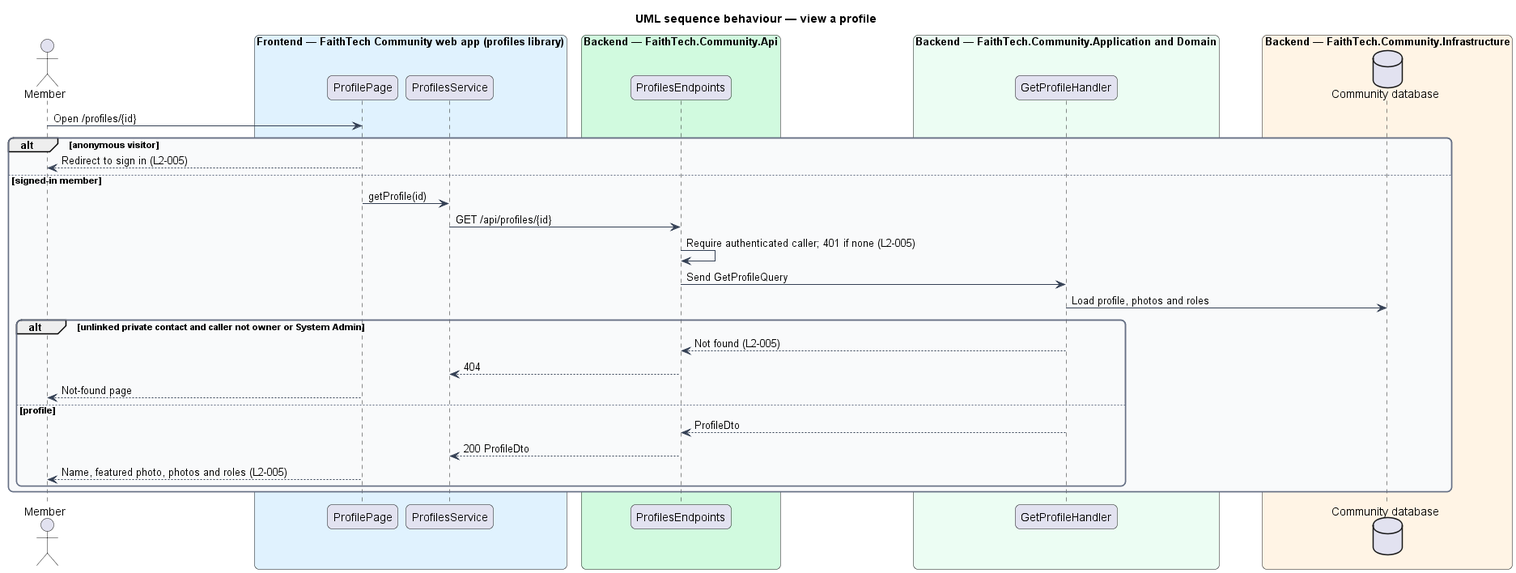
Above: docs/detailed-designs/profiles/view-profile/diagrams/sequence-view-profile.png in QuinntyneBrown/faithtech-community (PlantUML), before the change. The source it was exported from:
```plantuml
@startuml
title UML sequence behaviour — view a profile
skinparam backgroundColor #FFFFFF
skinparam shadowing false
skinparam roundcorner 12
skinparam defaultFontName Arial
skinparam ArrowColor #344054
skinparam rectangle {
  BorderColor #344054
  FontColor #101828
}
skinparam package {
  BorderColor #667085
  FontColor #101828
  BackgroundColor #F9FAFB
}
actor "Member" as actor
box "Frontend — FaithTech Community web app (profiles library)" #E0F2FE
  participant "ProfilePage" as page
  participant "ProfilesService" as client
end box
box "Backend — FaithTech.Community.Api" #D1FADF
  participant "ProfilesEndpoints" as ep
end box
box "Backend — FaithTech.Community.Application and Domain" #ECFDF3
  participant "GetProfileHandler" as h
end box
box "Backend — FaithTech.Community.Infrastructure" #FFF4E5
  database "Community database" as db
end box
actor -> page : Open /profiles/{id}
alt anonymous visitor
  page --> actor : Redirect to sign in (L2-005)
else signed-in member
  page -> client : getProfile(id)
  client -> ep : GET /api/profiles/{id}
  ep -> ep : Require authenticated caller; 401 if none (L2-005)
  ep -> h : Send GetProfileQuery
  h -> db : Load profile, photos and roles
  alt unlinked private contact and caller not owner or System Admin
    h --> ep : Not found (L2-005)
    ep --> client : 404
    page --> actor : Not-found page
  else profile
    h --> ep : ProfileDto
    ep --> client : 200 ProfileDto
    page --> actor : Name, featured photo, photos and roles (L2-005)
  end
end
@enduml
```
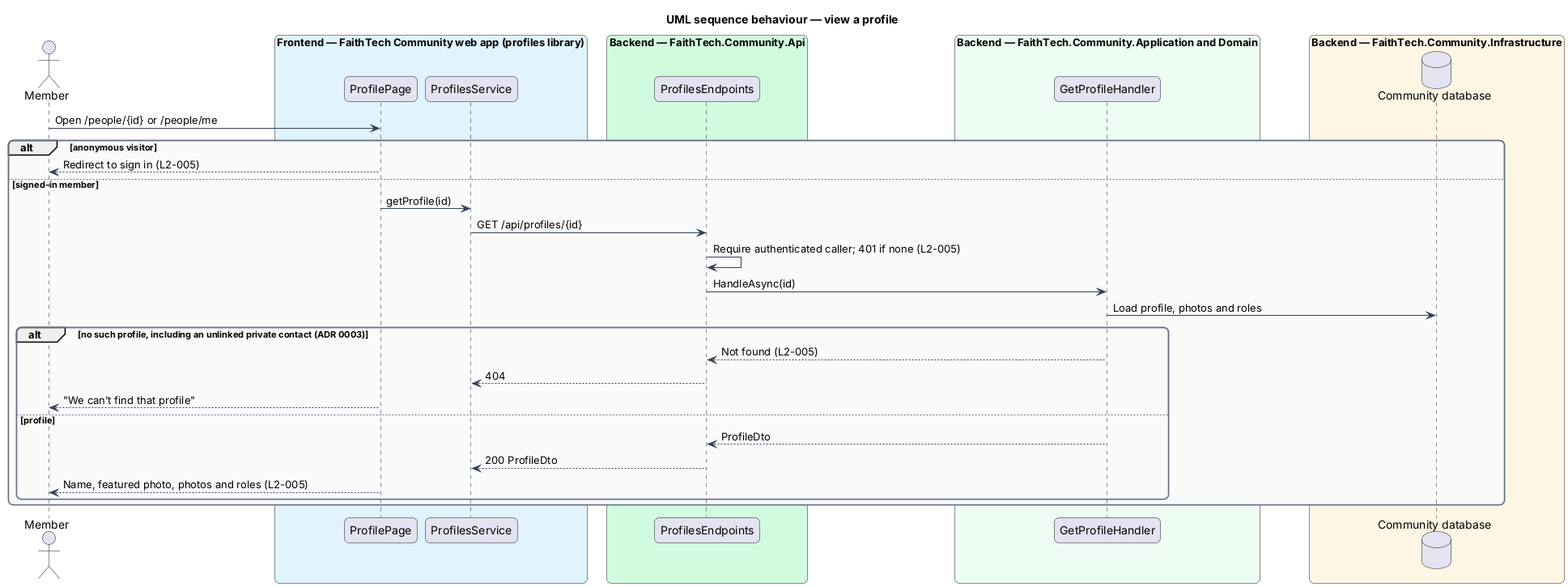
After the change.

The edit, as a diff of the source:
```diff
@@ -28,19 +28,19 @@
 box "Backend — FaithTech.Community.Infrastructure" #FFF4E5
   database "Community database" as db
 end box
-actor -> page : Open /profiles/{id}
+actor -> page : Open /people/{id} or /people/me
 alt anonymous visitor
   page --> actor : Redirect to sign in (L2-005)
 else signed-in member
   page -> client : getProfile(id)
   client -> ep : GET /api/profiles/{id}
   ep -> ep : Require authenticated caller; 401 if none (L2-005)
-  ep -> h : Send GetProfileQuery
+  ep -> h : HandleAsync(id)
   h -> db : Load profile, photos and roles
-  alt unlinked private contact and caller not owner or System Admin
+  alt no such profile, including an unlinked private contact (ADR 0003)
     h --> ep : Not found (L2-005)
     ep --> client : 404
-    page --> actor : Not-found page
+    page --> actor : "We can’t find that profile"
   else profile
     h --> ep : ProfileDto
     ep --> client : 200 ProfileDto
```
